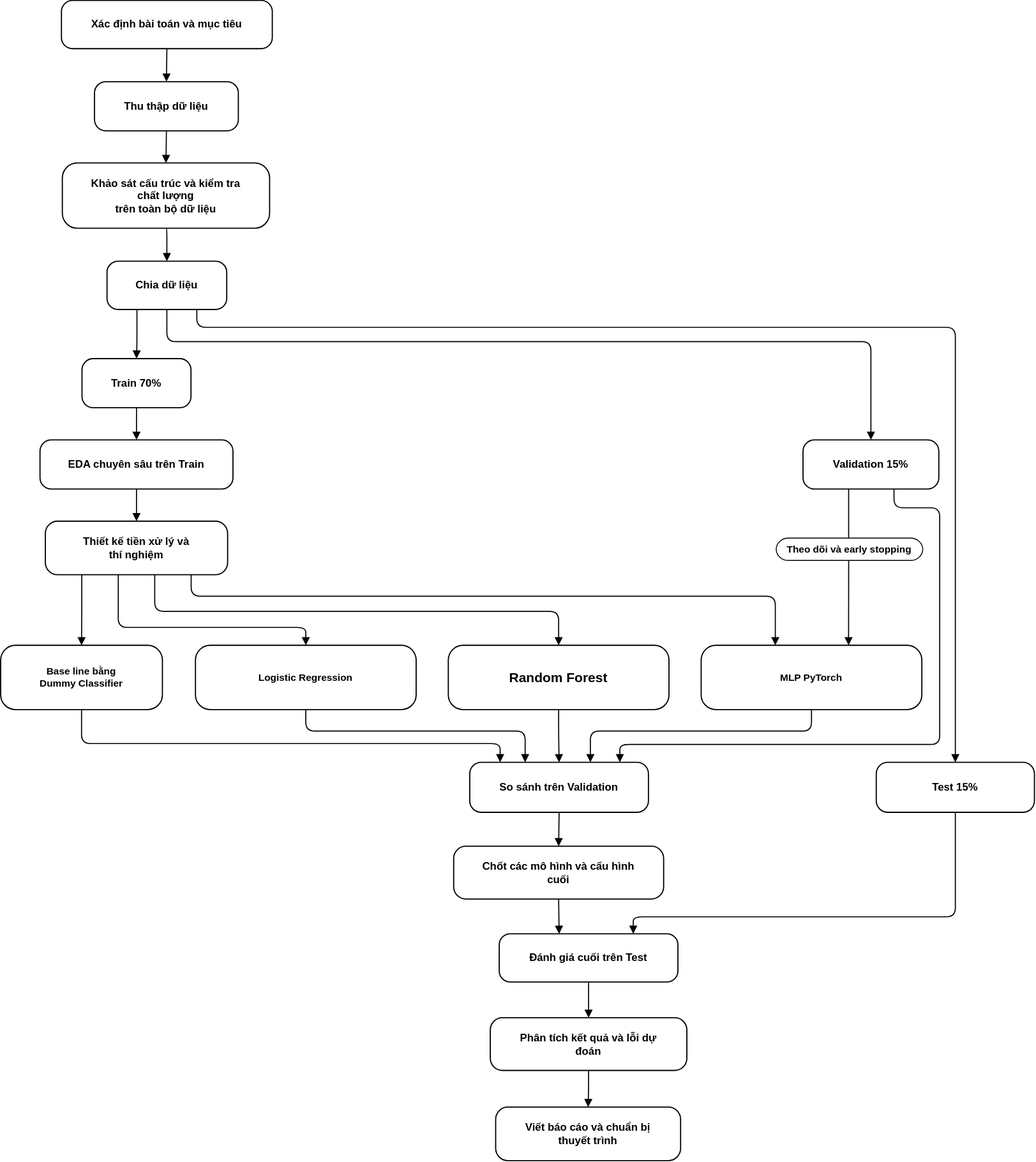
HnhanBk415/student-dropout-prediction keeps this draw.io diagram as overview_pipeline.drawio.svg. Above is the earlier version. Source tidied: cells renumbered, new cells last; positions are measured from the earlier drawing's top-left corner, leaving out a move shared by most shapes.
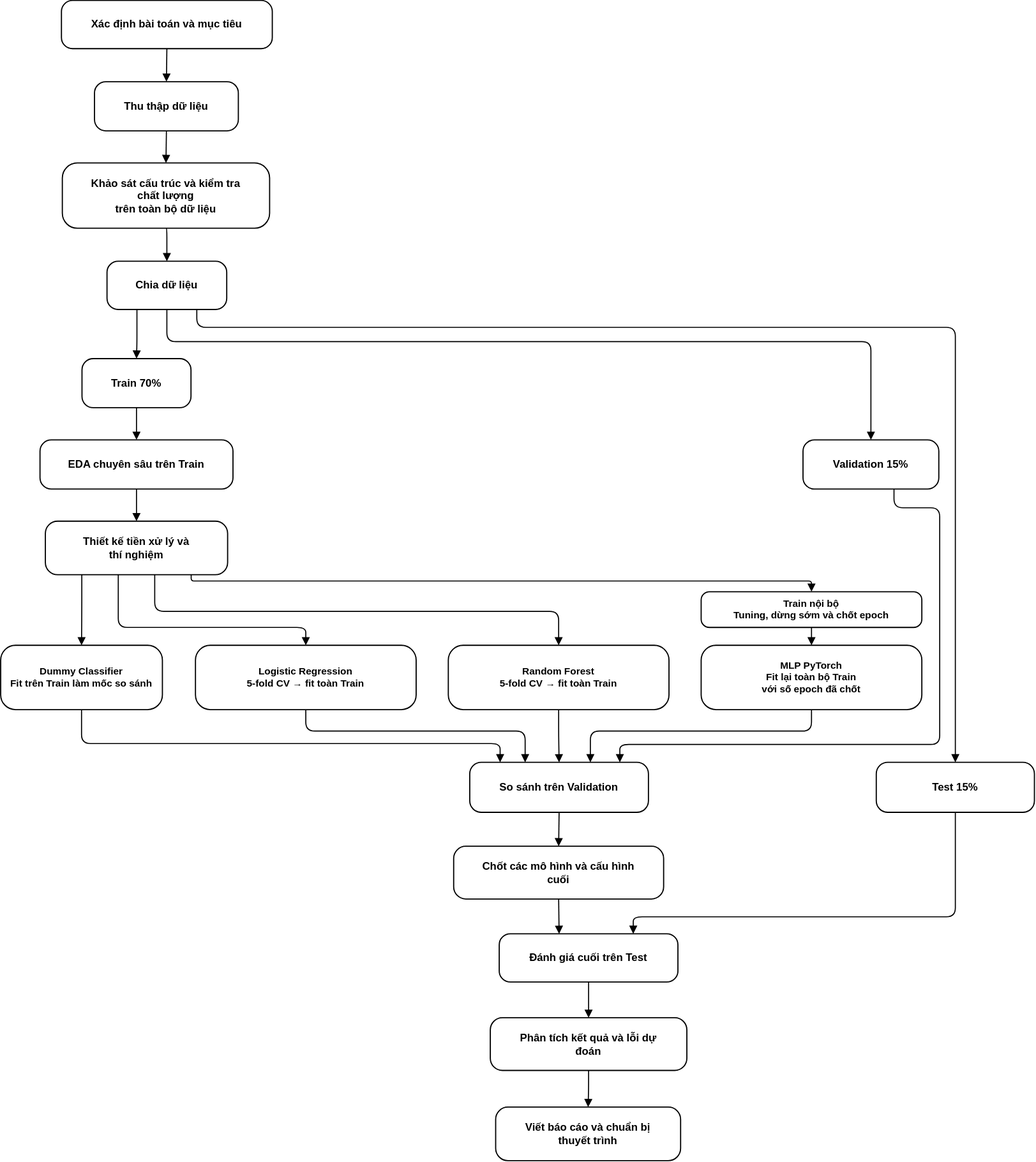
Later version of the same file.

Diff of the diagram source:
```diff
@@ -59,15 +59,15 @@
         </Array>
       </mxGeometry>
     </mxCell>
-    <mxCell id="13" style="edgeStyle=orthogonalEdgeStyle;rounded=1;jettySize=auto;html=1;endArrow=block;endFill=1;strokeWidth=1.2;exitX=0.8;exitY=1;exitDx=0;exitDy=0;entryX=0.336;entryY=0;entryDx=0;entryDy=0;" parent="1" edge="1" source="31" target="37">
+    <mxCell id="13" style="edgeStyle=orthogonalEdgeStyle;rounded=1;jettySize=auto;html=1;endArrow=block;endFill=1;strokeWidth=1.2;exitX=0.8;exitY=1;exitDx=0;exitDy=0;entryX=0.5;entryY=0;entryDx=0;entryDy=0;" parent="1" edge="1" source="31" target="33">
       <mxGeometry relative="1" as="geometry">
         <Array as="points">
-          <mxPoint x="214" y="667" />
-          <mxPoint x="867" y="667" />
+          <mxPoint x="213.2" y="650" />
+          <mxPoint x="907.5" y="650" />
         </Array>
       </mxGeometry>
     </mxCell>
-    <mxCell id="14" style="edgeStyle=orthogonalEdgeStyle;rounded=1;jettySize=auto;html=1;endArrow=block;endFill=1;strokeWidth=1.2;exitX=0.336;exitY=1;exitDx=0;exitDy=0;entryX=0.668;entryY=0;entryDx=0;entryDy=0;" parent="1" edge="1" source="32" target="37">
+    <mxCell id="14" style="edgeStyle=orthogonalEdgeStyle;rounded=1;jettySize=auto;html=1;endArrow=block;endFill=1;strokeWidth=1.2;exitX=0.5;exitY=1;exitDx=0;exitDy=0;entryX=0.5;entryY=0;entryDx=0;entryDy=0;" parent="1" edge="1" source="33" target="37">
       <mxGeometry relative="1" as="geometry" />
     </mxCell>
     <mxCell id="15" style="edgeStyle=orthogonalEdgeStyle;rounded=1;jettySize=auto;html=1;endArrow=block;endFill=1;strokeWidth=1.2;exitX=0.67;exitY=1;exitDx=0;exitDy=0;entryX=0.84;entryY=0;entryDx=0;entryDy=0;" parent="1" edge="1" source="32" target="38">
@@ -150,19 +150,19 @@
     <mxCell id="32" value="&lt;div&gt;Validation 15%&lt;/div&gt;" style="rounded=1;whiteSpace=wrap;html=1;arcSize=23;strokeWidth=1.3;fontSize=12;fontStyle=1;align=center;verticalAlign=middle;spacing=5;" parent="1" vertex="1">
       <mxGeometry x="898" y="492" width="152" height="55" as="geometry" />
     </mxCell>
-    <mxCell id="33" value="&lt;div&gt;Theo dõi và early stopping&lt;/div&gt;" style="rounded=1;whiteSpace=wrap;html=1;arcSize=55;strokeWidth=1;fontSize=11;fontStyle=1;align=center;verticalAlign=middle;spacing=3;" parent="1" vertex="1">
-      <mxGeometry x="868" y="602" width="164" height="25" as="geometry" />
+    <mxCell id="33" value="&lt;div&gt;Train nội bộ&lt;br&gt;Tuning, dừng sớm và chốt epoch&lt;/div&gt;" style="rounded=1;whiteSpace=wrap;html=1;arcSize=23;strokeWidth=1.3;fontSize=11;fontStyle=1;align=center;verticalAlign=middle;spacing=5;" parent="1" vertex="1">
+      <mxGeometry x="784" y="662" width="247" height="40" as="geometry" />
     </mxCell>
-    <mxCell id="34" value="Base line bằng&amp;nbsp;&lt;div&gt;Dummy Classifier&lt;/div&gt;" style="rounded=1;whiteSpace=wrap;html=1;arcSize=23;strokeWidth=1.3;fontSize=11;fontStyle=1;align=center;verticalAlign=middle;spacing=5;" parent="1" vertex="1">
+    <mxCell id="34" value="&lt;div&gt;Dummy Classifier&lt;br&gt;Fit trên Train làm mốc so sánh&lt;/div&gt;" style="rounded=1;whiteSpace=wrap;html=1;arcSize=23;strokeWidth=1.3;fontSize=11;fontStyle=1;align=center;verticalAlign=middle;spacing=5;" parent="1" vertex="1">
       <mxGeometry y="722" width="181" height="72" as="geometry" />
     </mxCell>
-    <mxCell id="35" value="Logistic Regression" style="rounded=1;whiteSpace=wrap;html=1;arcSize=23;strokeWidth=1.3;fontSize=11;fontStyle=1;align=center;verticalAlign=middle;spacing=5;" parent="1" vertex="1">
+    <mxCell id="35" value="&lt;div&gt;Logistic Regression&lt;br&gt;5-fold CV → fit toàn Train&lt;/div&gt;" style="rounded=1;whiteSpace=wrap;html=1;arcSize=23;strokeWidth=1.3;fontSize=11;fontStyle=1;align=center;verticalAlign=middle;spacing=5;" parent="1" vertex="1">
       <mxGeometry x="218" y="722" width="247" height="72" as="geometry" />
     </mxCell>
-    <mxCell id="36" value="&lt;font style=&quot;font-size: 15px;&quot;&gt;Random Forest&lt;/font&gt;" style="rounded=1;whiteSpace=wrap;html=1;arcSize=23;strokeWidth=1.3;fontSize=11;fontStyle=1;align=center;verticalAlign=middle;spacing=5;" parent="1" vertex="1">
+    <mxCell id="36" value="&lt;div&gt;Random Forest&lt;br&gt;5-fold CV → fit toàn Train&lt;/div&gt;" style="rounded=1;whiteSpace=wrap;html=1;arcSize=23;strokeWidth=1.3;fontSize=11;fontStyle=1;align=center;verticalAlign=middle;spacing=5;" parent="1" vertex="1">
       <mxGeometry x="501" y="722" width="247" height="72" as="geometry" />
     </mxCell>
-    <mxCell id="37" value="MLP PyTorch" style="rounded=1;whiteSpace=wrap;html=1;arcSize=23;strokeWidth=1.3;fontSize=11;fontStyle=1;align=center;verticalAlign=middle;spacing=5;" parent="1" vertex="1">
+    <mxCell id="37" value="&lt;div&gt;MLP PyTorch&lt;br&gt;Fit lại toàn bộ Train&lt;br&gt;với số epoch đã chốt&lt;/div&gt;" style="rounded=1;whiteSpace=wrap;html=1;arcSize=23;strokeWidth=1.3;fontSize=11;fontStyle=1;align=center;verticalAlign=middle;spacing=5;" parent="1" vertex="1">
       <mxGeometry x="784" y="722" width="247" height="72" as="geometry" />
     </mxCell>
     <mxCell id="38" value="&lt;div&gt;So sánh trên Validation&lt;/div&gt;" style="rounded=1;whiteSpace=wrap;html=1;arcSize=23;strokeWidth=1.3;fontSize=12;fontStyle=1;align=center;verticalAlign=middle;spacing=5;" parent="1" vertex="1">
```
